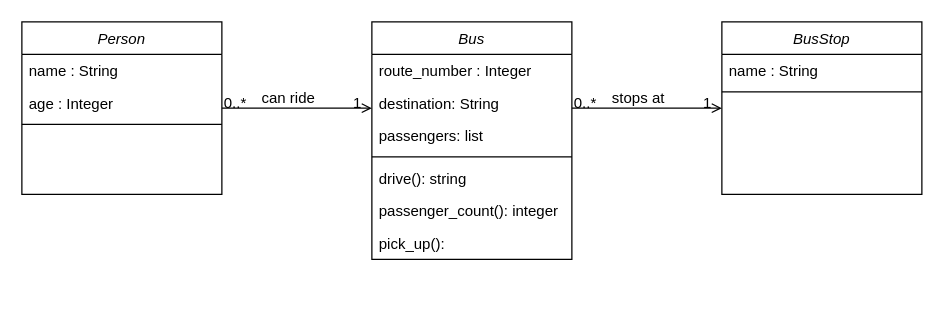
Before: UMLClassDiagram.drawio in Michalju/week2_day2_homework, a draw.io diagram. Source tidied: cells renumbered, new cells numbered last; positions are measured from the earlier drawing's top-left corner, leaving out a move shared by most shapes. Both pictures are drawn from the tidied source at 125%, with x=0, y=0 at pixel (21, 21).
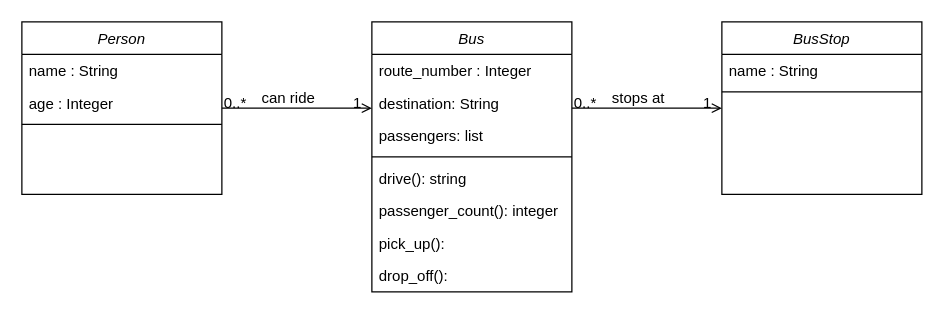
After the change.

Commit message (it also covers changes not shown here):
Updated class diagram and class Bus to add method drop_off

The edit, as a diff of the source:
```diff
@@
     <mxCell id="2" value="Bus" style="swimlane;fontStyle=2;align=center;verticalAlign=top;horizontal=1;startSize=26;rounded=0;shadow=0;strokeWidth=1;" parent="1" vertex="1">
-      <mxGeometry x="280" width="160" height="190" as="geometry" />
+      <mxGeometry x="280" width="160" height="216" as="geometry" />
     </mxCell>
@@
+    <mxCell id="25" value="drop_off(): " style="text;align=left;verticalAlign=top;spacingLeft=4;spacingRight=4;overflow=hidden;" parent="2" vertex="1">
+      <mxGeometry y="190" width="160" height="26" as="geometry" />
+    </mxCell>
```
